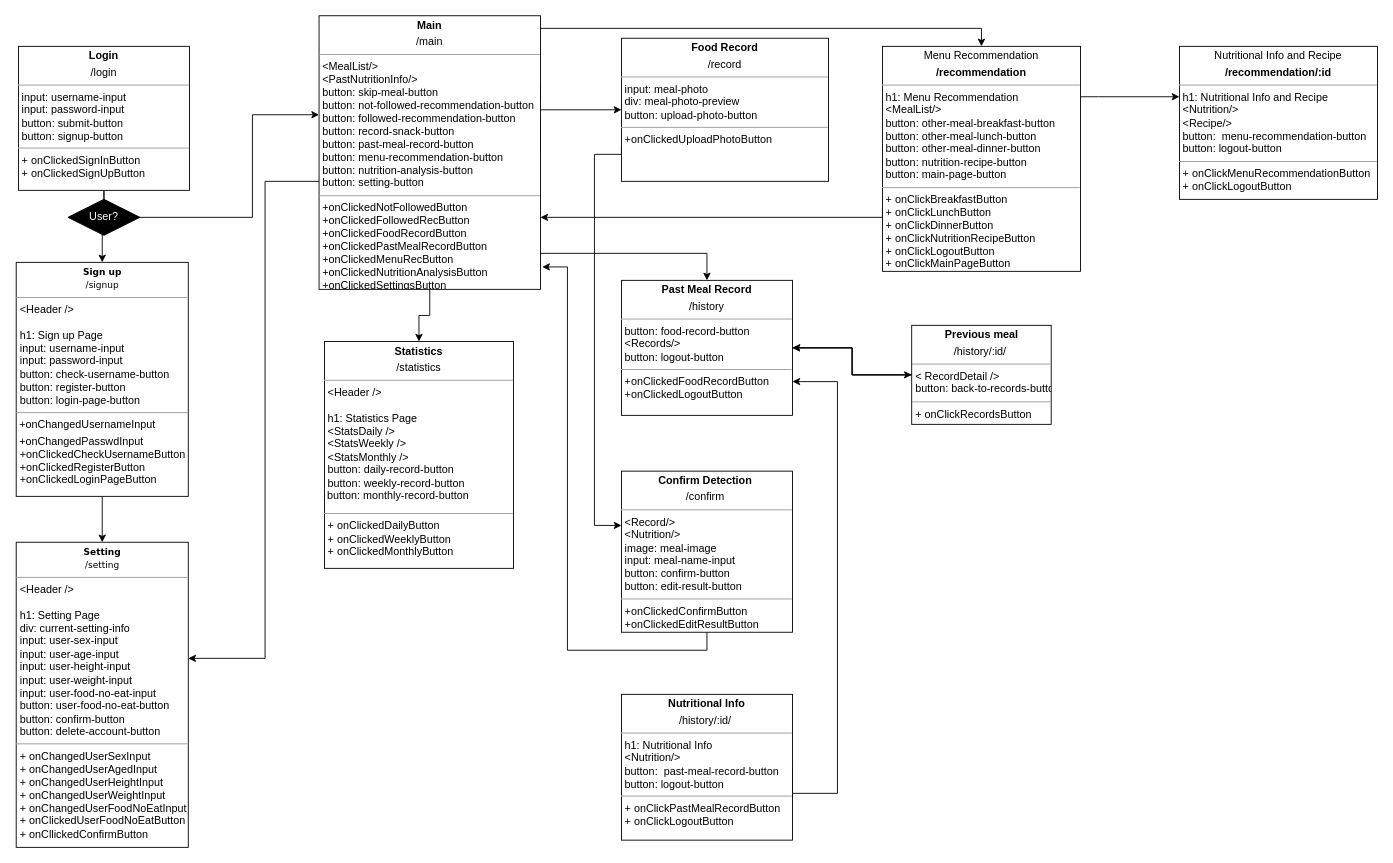
Earlier version of the draw.io diagram Untitled Diagram.drawio (swsnu/swpp2021-team5). Source tidied: cells renumbered, new cells numbered last; positions are measured from the earlier drawing's top-left corner, leaving out a move shared by most shapes. Both pictures are drawn from the tidied source at 90%, with x=0, y=0 at pixel (16, 15).
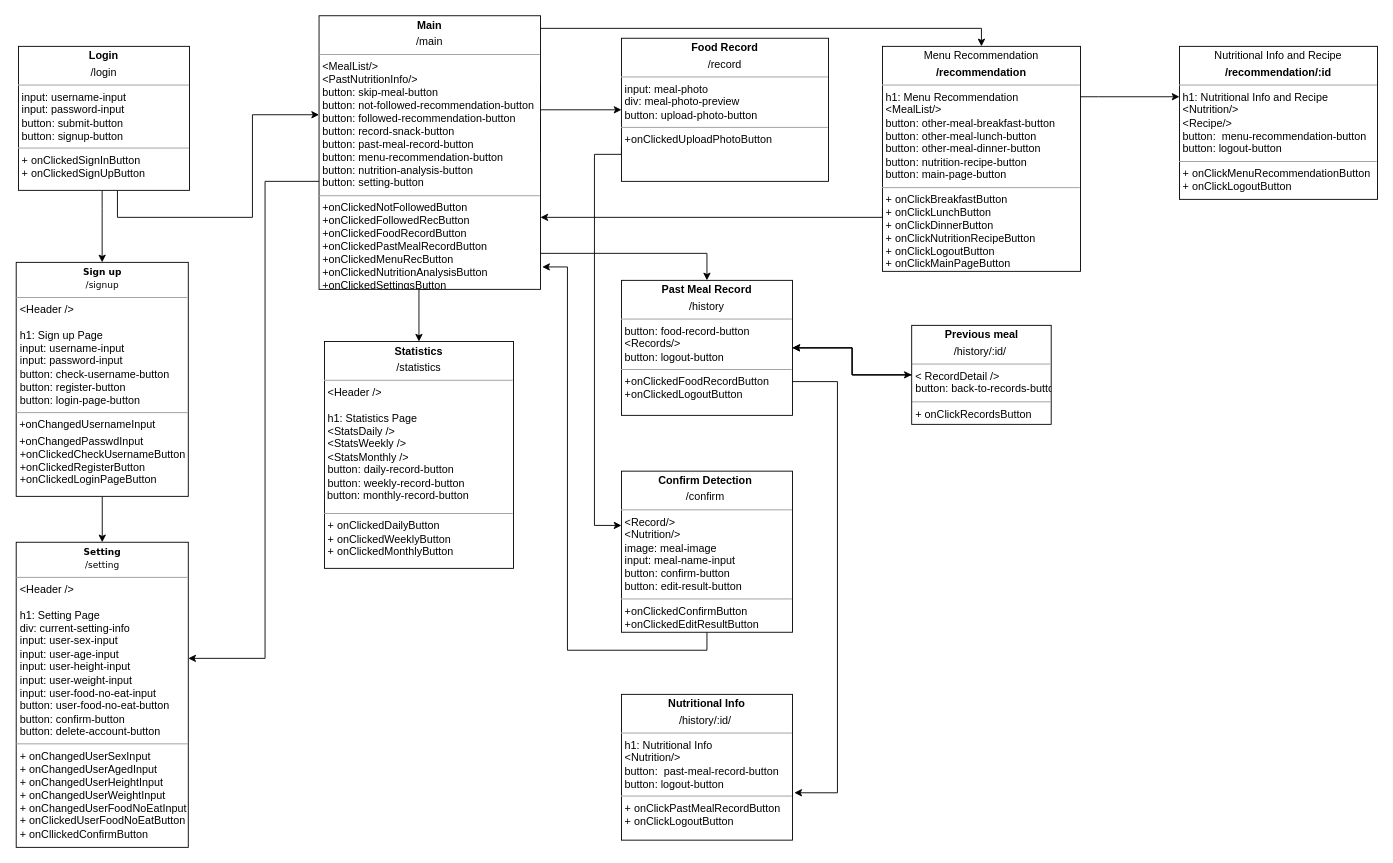
The same diagram, later.

Unchanged cells that the change refers to:
```xml
<mxCell id="2" value="&lt;p style=&quot;margin: 4px 0px 0px ; text-align: center&quot;&gt;&lt;b&gt;Statistics&lt;/b&gt;&lt;/p&gt;&lt;p style=&quot;margin: 4px 0px 0px ; text-align: center&quot;&gt;/statistics&lt;/p&gt;&lt;hr size=&quot;1&quot;&gt;&lt;p style=&quot;text-align: justify ; margin: 0px 0px 0px 4px&quot;&gt;&amp;lt;Header /&amp;gt;&lt;br&gt;&lt;/p&gt;&lt;p style=&quot;text-align: justify ; margin: 0px 0px 0px 4px&quot;&gt;&lt;br&gt;&lt;/p&gt;&lt;p style=&quot;text-align: justify ; margin: 0px 0px 0px 4px&quot;&gt;h1: Statistics Page&lt;/p&gt;&lt;p style=&quot;text-align: justify ; margin: 0px 0px 0px 4px&quot;&gt;&amp;lt;StatsDaily /&amp;gt;&lt;/p&gt;&lt;p style=&quot;text-align: justify ; margin: 0px 0px 0px 4px&quot;&gt;&amp;lt;StatsWeekly /&amp;gt;&lt;/p&gt;&lt;p style=&quot;text-align: justify ; margin: 0px 0px 0px 4px&quot;&gt;&amp;lt;StatsMonthly /&amp;gt;&lt;/p&gt;&lt;p style=&quot;text-align: justify ; margin: 0px 0px 0px 4px&quot;&gt;button: daily-record-button&lt;/p&gt;&lt;p style=&quot;text-align: justify ; margin: 0px 0px 0px 4px&quot;&gt;&lt;span style=&quot;text-align: left&quot;&gt;button:&amp;nbsp;&lt;/span&gt;&lt;span style=&quot;text-align: left&quot;&gt;weekly-record-button&amp;nbsp;&lt;/span&gt;&lt;/p&gt;&lt;span style=&quot;text-align: left&quot;&gt;&lt;div style=&quot;text-align: justify&quot;&gt;&lt;span&gt;&amp;nbsp;button:&amp;nbsp;&lt;/span&gt;&lt;span&gt;monthly-record-button&lt;/span&gt;&lt;/div&gt;&lt;/span&gt;&lt;p&gt;&lt;/p&gt;&lt;hr size=&quot;1&quot; style=&quot;text-align: justify&quot;&gt;&lt;p style=&quot;text-align: justify ; margin: 0px 0px 0px 4px&quot;&gt;+ onClickedDailyButton&lt;/p&gt;&lt;p style=&quot;text-align: justify ; margin: 0px 0px 0px 4px&quot;&gt;+ onClickedWeeklyButton&lt;/p&gt;&lt;p style=&quot;text-align: justify ; margin: 0px 0px 0px 4px&quot;&gt;+ onClickedMonthlyButton&lt;/p&gt;" style="verticalAlign=top;align=left;overflow=fill;fontSize=12;fontFamily=Helvetica;html=1;rounded=0;shadow=0;comic=0;labelBackgroundColor=none;strokeWidth=1;" parent="1" vertex="1">
  <mxGeometry x="342" y="362" width="210" height="252" as="geometry" />
</mxCell>
<mxCell id="9" value="&lt;p style=&quot;margin: 0px ; margin-top: 4px ; text-align: center&quot;&gt;&lt;b&gt;Main&lt;/b&gt;&lt;/p&gt;&lt;p style=&quot;margin: 0px ; margin-top: 4px ; text-align: center&quot;&gt;/main&lt;/p&gt;&lt;hr size=&quot;1&quot;&gt;&lt;p style=&quot;margin: 0px ; margin-left: 4px&quot;&gt;&lt;span&gt;&amp;lt;MealList/&amp;gt;&lt;/span&gt;&lt;br&gt;&lt;/p&gt;&lt;p style=&quot;margin: 0px ; margin-left: 4px&quot;&gt;&amp;lt;PastNutritionInfo/&amp;gt;&lt;/p&gt;&lt;p style=&quot;margin: 0px ; margin-left: 4px&quot;&gt;button: skip-meal-button&lt;/p&gt;&lt;p style=&quot;margin: 0px ; margin-left: 4px&quot;&gt;button: not-followed-recommendation-button&lt;/p&gt;&lt;p style=&quot;margin: 0px 0px 0px 4px&quot;&gt;button: followed-recommendation-button&lt;/p&gt;&lt;p style=&quot;margin: 0px ; margin-left: 4px&quot;&gt;&lt;span&gt;button: record-snack-button&lt;/span&gt;&lt;br&gt;&lt;/p&gt;&lt;p style=&quot;margin: 0px 0px 0px 4px&quot;&gt;button: past-meal-record-button&lt;/p&gt;&lt;p style=&quot;margin: 0px 0px 0px 4px&quot;&gt;button: menu-recommendation-button&lt;/p&gt;&lt;p style=&quot;margin: 0px 0px 0px 4px&quot;&gt;button: nutrition-analysis-button&lt;/p&gt;&lt;p style=&quot;margin: 0px 0px 0px 4px&quot;&gt;&lt;span&gt;button: setting-button&lt;/span&gt;&lt;br&gt;&lt;/p&gt;&lt;hr size=&quot;1&quot;&gt;&lt;p style=&quot;margin: 0px ; margin-left: 4px&quot;&gt;+onClickedNotFollowedButton&lt;/p&gt;&lt;p style=&quot;margin: 0px ; margin-left: 4px&quot;&gt;+onClickedFollowedRecButton&lt;br&gt;&lt;/p&gt;&lt;p style=&quot;margin: 0px ; margin-left: 4px&quot;&gt;+onClickedFoodRecordButton&lt;/p&gt;&lt;p style=&quot;margin: 0px 0px 0px 4px&quot;&gt;+onClickedPastMealRecordButton&lt;/p&gt;&lt;p style=&quot;margin: 0px ; margin-left: 4px&quot;&gt;+onClickedMenuRecButton&lt;/p&gt;&lt;p style=&quot;margin: 0px ; margin-left: 4px&quot;&gt;+onClickedNutritionAnalysisButton&lt;/p&gt;&lt;p style=&quot;margin: 0px ; margin-left: 4px&quot;&gt;&lt;span&gt;+onClickedSettingsButton&lt;/span&gt;&lt;br&gt;&lt;/p&gt;" style="verticalAlign=top;align=left;overflow=fill;fontSize=12;fontFamily=Helvetica;html=1;rounded=0;shadow=0;comic=0;labelBackgroundColor=none;strokeWidth=1;" parent="1" vertex="1">
  <mxGeometry x="336" width="246" height="304" as="geometry" />
</mxCell>
<mxCell id="12" value="&lt;p style=&quot;margin: 0px ; margin-top: 4px ; text-align: center&quot;&gt;&lt;b&gt;Login&lt;/b&gt;&lt;/p&gt;&lt;p style=&quot;margin: 0px ; margin-top: 4px ; text-align: center&quot;&gt;/login&lt;/p&gt;&lt;hr size=&quot;1&quot;&gt;&lt;p style=&quot;margin: 0px ; margin-left: 4px&quot;&gt;input: username-input&lt;/p&gt;&lt;p style=&quot;margin: 0px ; margin-left: 4px&quot;&gt;input: password-input&lt;/p&gt;&lt;p style=&quot;margin: 0px ; margin-left: 4px&quot;&gt;button: submit-button&lt;/p&gt;&lt;p style=&quot;margin: 0px ; margin-left: 4px&quot;&gt;button: signup-button&lt;/p&gt;&lt;hr size=&quot;1&quot;&gt;&lt;p style=&quot;margin: 0px ; margin-left: 4px&quot;&gt;+ onClickedSignInButton&lt;/p&gt;&lt;p style=&quot;margin: 0px ; margin-left: 4px&quot;&gt;+ onClickedSignUpButton&lt;/p&gt;" style="verticalAlign=top;align=left;overflow=fill;fontSize=12;fontFamily=Helvetica;html=1;rounded=0;shadow=0;comic=0;labelBackgroundColor=none;strokeWidth=1;" parent="1" vertex="1">
  <mxGeometry x="2" y="34" width="190" height="160" as="geometry" />
</mxCell>
<mxCell id="17" value="&lt;p style=&quot;margin: 0px ; margin-top: 4px ; text-align: center&quot;&gt;&lt;b&gt;Past Meal Record&lt;/b&gt;&lt;/p&gt;&lt;p style=&quot;margin: 0px ; margin-top: 4px ; text-align: center&quot;&gt;/history&lt;/p&gt;&lt;hr size=&quot;1&quot;&gt;&lt;p style=&quot;margin: 0px 0px 0px 4px&quot;&gt;button: food-record-button&lt;/p&gt;&lt;p style=&quot;margin: 0px 0px 0px 4px&quot;&gt;&amp;lt;Records/&amp;gt;&lt;/p&gt;&lt;p style=&quot;margin: 0px 0px 0px 4px&quot;&gt;button: logout-button&lt;/p&gt;&lt;hr size=&quot;1&quot;&gt;&lt;p style=&quot;margin: 0px ; margin-left: 4px&quot;&gt;+onClickedFoodRecordButton&lt;/p&gt;&lt;p style=&quot;margin: 0px ; margin-left: 4px&quot;&gt;+onClickedLogoutButton&lt;/p&gt;" style="verticalAlign=top;align=left;overflow=fill;fontSize=12;fontFamily=Helvetica;html=1;rounded=0;shadow=0;comic=0;labelBackgroundColor=none;strokeWidth=1;" parent="1" vertex="1">
  <mxGeometry x="672" y="294" width="190" height="150" as="geometry" />
</mxCell>
<mxCell id="20" value="&lt;p style=&quot;margin: 4px 0px 0px ; text-align: center&quot;&gt;&lt;b style=&quot;font-family: &amp;#34;verdana&amp;#34; ; font-size: 10px&quot;&gt;Sign up&lt;/b&gt;&lt;br style=&quot;font-family: &amp;#34;verdana&amp;#34; ; font-size: 10px&quot;&gt;&lt;span style=&quot;font-family: &amp;#34;verdana&amp;#34; ; font-size: 10px&quot;&gt;/signup&lt;/span&gt;&lt;br&gt;&lt;/p&gt;&lt;hr size=&quot;1&quot;&gt;&lt;p style=&quot;text-align: justify ; margin: 0px 0px 0px 4px&quot;&gt;&amp;lt;Header /&amp;gt;&lt;/p&gt;&lt;p style=&quot;text-align: justify ; margin: 0px 0px 0px 4px&quot;&gt;&lt;br&gt;&lt;/p&gt;&lt;p style=&quot;text-align: justify ; margin: 0px 0px 0px 4px&quot;&gt;h1: Sign up Page&lt;/p&gt;&lt;p style=&quot;text-align: justify ; margin: 0px 0px 0px 4px&quot;&gt;input: username-input&lt;/p&gt;&lt;p style=&quot;text-align: justify ; margin: 0px 0px 0px 4px&quot;&gt;input: password-input&lt;/p&gt;&lt;p style=&quot;text-align: justify ; margin: 0px 0px 0px 4px&quot;&gt;button: check-username-button&lt;/p&gt;&lt;p style=&quot;text-align: justify ; margin: 0px 0px 0px 4px&quot;&gt;button: register-button&lt;/p&gt;&lt;p style=&quot;text-align: justify ; margin: 0px 0px 0px 4px&quot;&gt;button: login-page-button&lt;/p&gt;&lt;hr size=&quot;1&quot; style=&quot;text-align: justify&quot;&gt;&lt;p style=&quot;text-align: justify ; margin: 4px 0px 0px&quot;&gt;&lt;span&gt;&amp;nbsp;+onChangedUsernameInput&lt;/span&gt;&lt;br&gt;&lt;/p&gt;&lt;p style=&quot;text-align: justify ; margin: 4px 0px 0px&quot;&gt;&lt;span&gt;&amp;nbsp;+onChangedPasswdInput&lt;/span&gt;&lt;/p&gt;&lt;p style=&quot;text-align: justify ; margin: 0px 0px 0px 4px&quot;&gt;+onClickedCheckUsernameButton&lt;/p&gt;&lt;p style=&quot;text-align: justify ; margin: 0px 0px 0px 4px&quot;&gt;+onClickedRegisterButton&lt;/p&gt;&lt;p style=&quot;text-align: justify ; margin: 0px 0px 0px 4px&quot;&gt;+onClickedLoginPageButton&lt;/p&gt;" style="verticalAlign=top;align=left;overflow=fill;fontSize=12;fontFamily=Helvetica;html=1;" parent="1" vertex="1">
  <mxGeometry x="-0.5" y="274" width="191.2" height="260" as="geometry" />
</mxCell>
<mxCell id="25" value="&lt;p style=&quot;margin: 0px ; margin-top: 4px ; text-align: center&quot;&gt;&lt;b&gt;Nutritional Info&lt;/b&gt;&lt;/p&gt;&lt;p style=&quot;margin: 0px ; margin-top: 4px ; text-align: center&quot;&gt;/history/:id/&lt;b&gt;&amp;nbsp;&lt;/b&gt;&lt;/p&gt;&lt;hr size=&quot;1&quot;&gt;&lt;p style=&quot;margin: 0px 0px 0px 4px&quot;&gt;h1: Nutritional Info&lt;/p&gt;&lt;p style=&quot;margin: 0px 0px 0px 4px&quot;&gt;&amp;lt;Nutrition/&amp;gt;&lt;/p&gt;&lt;p style=&quot;margin: 0px 0px 0px 4px&quot;&gt;button:&amp;nbsp; past-meal-record-button&amp;nbsp;&lt;br&gt;&lt;/p&gt;&lt;p style=&quot;margin: 0px 0px 0px 4px&quot;&gt;button: logout-button&lt;/p&gt;&lt;hr size=&quot;1&quot;&gt;&lt;p style=&quot;margin: 0px 0px 0px 4px&quot;&gt;+ onClickPastMealRecordButton&lt;/p&gt;&lt;p style=&quot;margin: 0px 0px 0px 4px&quot;&gt;+ onClickLogoutButton&lt;/p&gt;" style="verticalAlign=top;align=left;overflow=fill;fontSize=12;fontFamily=Helvetica;html=1;" parent="1" vertex="1">
  <mxGeometry x="672" y="754" width="190" height="162" as="geometry" />
</mxCell>
```

The edit, as a diff of the source:
```diff
@@
     <mxCell id="8" style="edgeStyle=orthogonalEdgeStyle;rounded=0;jettySize=auto;html=1;exitX=0.5;exitY=1;exitDx=0;exitDy=0;entryX=0.5;entryY=0;entryDx=0;entryDy=0;fontColor=#FFFFFF;" parent="1" edge="1" source="9" target="2">
-      <mxGeometry relative="1" as="geometry" />
+      <mxGeometry relative="1" as="geometry">
+        <Array as="points">
+          <mxPoint x="447" y="304" />
+        </Array>
+      </mxGeometry>
     </mxCell>
@@
     <mxCell id="10" style="edgeStyle=orthogonalEdgeStyle;rounded=0;jettySize=auto;html=1;" parent="1" edge="1" source="12" target="20">
-      <mxGeometry relative="1" as="geometry" />
+      <mxGeometry relative="1" as="geometry">
+        <Array as="points">
+          <mxPoint x="95" y="214" />
+          <mxPoint x="95" y="214" />
+        </Array>
+      </mxGeometry>
     </mxCell>
     <mxCell id="11" style="edgeStyle=orthogonalEdgeStyle;rounded=0;jettySize=auto;html=1;" parent="1" edge="1" source="12" target="9">
       <mxGeometry relative="1" as="geometry">
         <Array as="points">
-          <mxPoint x="97" y="224" />
+          <mxPoint x="112" y="224" />
           <mxPoint x="262" y="224" />
           <mxPoint x="262" y="110" />
         </Array>
       </mxGeometry>
     </mxCell>
@@
-    <mxCell id="24" style="edgeStyle=orthogonalEdgeStyle;rounded=0;jettySize=auto;html=1;exitX=1;exitY=0.5;exitDx=0;exitDy=0;entryX=1;entryY=0.75;entryDx=0;entryDy=0;fontColor=#FFFFFF;" parent="1" edge="1" source="25" target="17">
+    <mxCell id="24" style="edgeStyle=orthogonalEdgeStyle;rounded=0;jettySize=auto;html=1;exitX=1;exitY=0.75;exitDx=0;exitDy=0;entryX=1.011;entryY=0.675;entryDx=0;entryDy=0;fontColor=#FFFFFF;entryPerimeter=0;" parent="1" edge="1" source="17" target="25">
       <mxGeometry relative="1" as="geometry">
         <Array as="points">
-          <mxPoint x="862" y="864" />
+          <mxPoint x="912" y="407" />
           <mxPoint x="912" y="864" />
-          <mxPoint x="912" y="407" />
         </Array>
       </mxGeometry>
     </mxCell>
@@
-    <mxCell id="26" value="User?" style="rhombus;whiteSpace=wrap;html=1;fillColor=#000000;fontColor=#FFFFFF;" parent="1" vertex="1">
-      <mxGeometry x="57" y="204" width="80" height="40" as="geometry" />
-    </mxCell>
```
